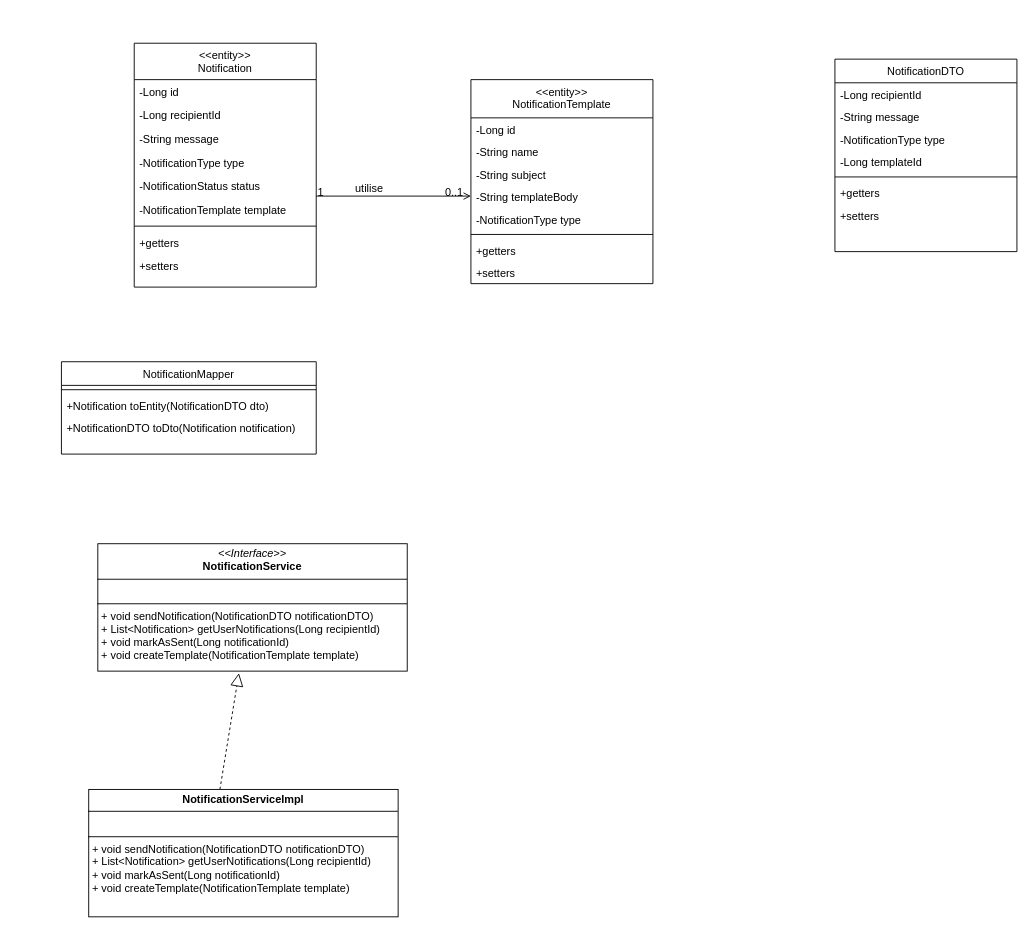
The draw.io diagram Diagramme de classe notification-service.drawio in msisitr/aventix-design, before the edit. Source tidied: cells renumbered, new cells numbered last; positions are measured from the earlier drawing's top-left corner, leaving out a move shared by most shapes. Both pictures are drawn from the tidied source at 91%, with x=0, y=0 at pixel (61, 15).
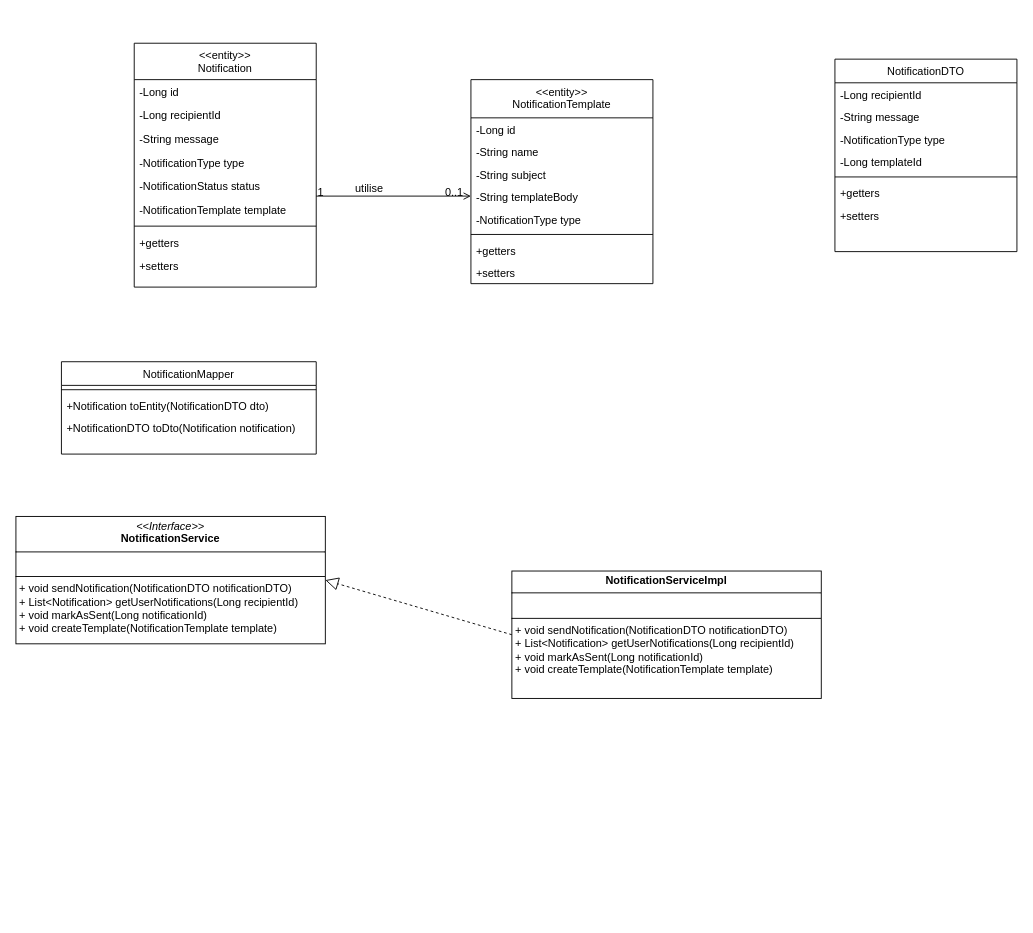
The same page after the edit.

Commit message:
Mettre à jour Diagramme de classe notification-service.drawio

What changed in the source:
```diff
@@
     <mxCell id="27" value="&lt;p style=&quot;margin:0px;margin-top:4px;text-align:center;&quot;&gt;&lt;i&gt;&amp;lt;&amp;lt;Interface&amp;gt;&amp;gt;&lt;/i&gt;&lt;br&gt;&lt;b&gt;NotificationService&lt;/b&gt;&lt;/p&gt;&lt;hr size=&quot;1&quot; style=&quot;border-style:solid;&quot;&gt;&lt;p style=&quot;margin:0px;margin-left:4px;&quot;&gt;&lt;br&gt;&lt;/p&gt;&lt;hr size=&quot;1&quot; style=&quot;border-style:solid;&quot;&gt;&lt;p style=&quot;margin:0px;margin-left:4px;&quot;&gt;+ void sendNotification(NotificationDTO notificationDTO)&lt;br&gt;+ List&amp;lt;Notification&amp;gt; getUserNotifications(Long recipientId)&lt;/p&gt;&lt;p style=&quot;margin:0px;margin-left:4px;&quot;&gt;+&amp;nbsp;void markAsSent(Long notificationId)&lt;/p&gt;&lt;p style=&quot;margin:0px;margin-left:4px;&quot;&gt;+&amp;nbsp;void createTemplate(NotificationTemplate template)&lt;/p&gt;" style="verticalAlign=top;align=left;overflow=fill;html=1;whiteSpace=wrap;" parent="1" vertex="1">
-      <mxGeometry x="40" y="580" width="340" height="140" as="geometry" />
+      <mxGeometry x="-50" y="550" width="340" height="140" as="geometry" />
     </mxCell>
-    <mxCell id="28" style="endArrow=block;dashed=1;endFill=0;endSize=12;html=1;rounded=0;entryX=0.456;entryY=1.016;entryDx=0;entryDy=0;entryPerimeter=0;exitX=0.424;exitY=0;exitDx=0;exitDy=0;exitPerimeter=0;" parent="1" edge="1" source="33" target="27">
+    <mxCell id="28" style="endArrow=block;dashed=1;endFill=0;endSize=12;html=1;rounded=0;entryX=1;entryY=0.5;entryDx=0;entryDy=0;exitX=0;exitY=0.5;exitDx=0;exitDy=0;" parent="1" edge="1" source="33" target="27">
       <mxGeometry relative="1" as="geometry" />
     </mxCell>
@@
     <mxCell id="33" value="&lt;p style=&quot;margin:0px;margin-top:4px;text-align:center;&quot;&gt;&lt;b&gt;NotificationService&lt;/b&gt;&lt;span style=&quot;background-color: transparent; text-align: left;&quot;&gt;&lt;b&gt;Impl&lt;/b&gt;&lt;/span&gt;&lt;/p&gt;&lt;hr size=&quot;1&quot; style=&quot;border-style:solid;&quot;&gt;&lt;p style=&quot;margin:0px;margin-left:4px;&quot;&gt;&lt;br&gt;&lt;/p&gt;&lt;hr size=&quot;1&quot; style=&quot;border-style:solid;&quot;&gt;&lt;p style=&quot;margin:0px;margin-left:4px;&quot;&gt;+ void sendNotification(NotificationDTO notificationDTO)&lt;br&gt;+ List&amp;lt;Notification&amp;gt; getUserNotifications(Long recipientId)&lt;/p&gt;&lt;p style=&quot;margin:0px;margin-left:4px;&quot;&gt;+&amp;nbsp;void markAsSent(Long notificationId)&lt;/p&gt;&lt;p style=&quot;margin:0px;margin-left:4px;&quot;&gt;+&amp;nbsp;void createTemplate(NotificationTemplate template)&lt;/p&gt;" style="verticalAlign=top;align=left;overflow=fill;html=1;whiteSpace=wrap;" parent="1" vertex="1">
-      <mxGeometry x="30" y="850" width="340" height="140" as="geometry" />
+      <mxGeometry x="495" y="610" width="340" height="140" as="geometry" />
     </mxCell>
```
